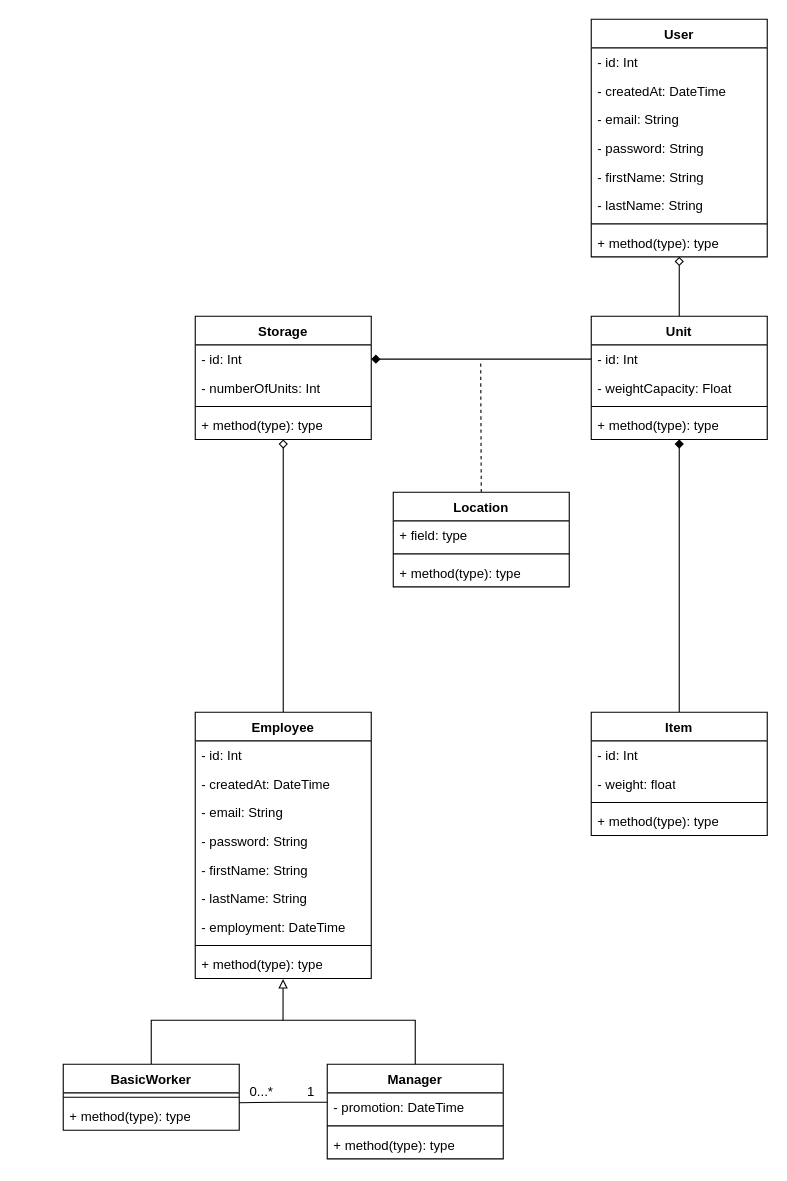
Earlier version of the draw.io diagram UML.drawio (DimeuWasTaken/SOA). Source tidied: cells renumbered, new cells numbered last; positions are measured from the earlier drawing's top-left corner, leaving out a move shared by most shapes. Both pictures are drawn from the tidied source at 110%, with x=0, y=0 at pixel (63, 19).
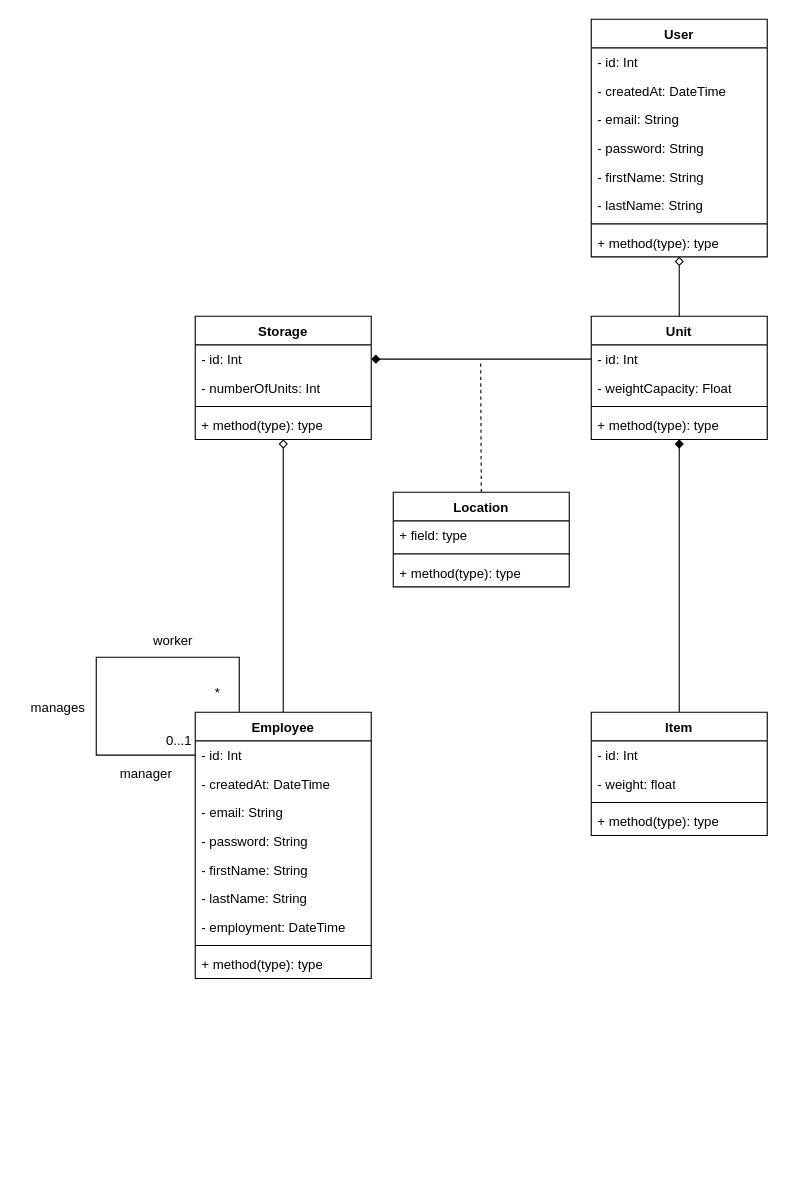
The same diagram, later.

Unchanged cells that the change refers to:
```xml
<mxCell id="34" value="Employee" style="swimlane;fontStyle=1;align=center;verticalAlign=top;horizontal=1;startSize=26;whiteSpace=wrap;html=1;" parent="1" vertex="1">
  <mxGeometry x="120" y="630" width="160" height="242" as="geometry" />
</mxCell>
<mxCell id="35" value="- id: Int" style="text;strokeColor=none;fillColor=none;align=left;verticalAlign=top;spacingLeft=4;spacingRight=4;overflow=hidden;points=[[0,0.5],[1,0.5]];portConstraint=eastwest;whiteSpace=wrap;html=1;" parent="34" vertex="1">
  <mxGeometry y="26" width="160" height="26" as="geometry" />
</mxCell>
<mxCell id="43" value="+ method(type): type" style="text;strokeColor=none;fillColor=none;align=left;verticalAlign=top;spacingLeft=4;spacingRight=4;overflow=hidden;points=[[0,0.5],[1,0.5]];portConstraint=eastwest;whiteSpace=wrap;html=1;" parent="34" vertex="1">
  <mxGeometry y="216" width="160" height="26" as="geometry" />
</mxCell>
```

The edit, as a diff of the source:
```diff
@@
+    <mxCell id="57" style="edgeStyle=orthogonalEdgeStyle;rounded=0;jettySize=auto;html=1;exitX=0;exitY=0.5;exitDx=0;exitDy=0;entryX=0.25;entryY=0;entryDx=0;entryDy=0;endArrow=none;endFill=0;" parent="34" edge="1" source="35" target="34">
+      <mxGeometry relative="1" as="geometry">
+        <Array as="points">
+          <mxPoint x="-90" y="39" />
+          <mxPoint x="-90" y="-50" />
+          <mxPoint x="40" y="-50" />
+        </Array>
+      </mxGeometry>
+    </mxCell>
@@
-    <mxCell id="44" style="edgeStyle=orthogonalEdgeStyle;rounded=0;jettySize=auto;html=1;exitX=0.5;exitY=0;exitDx=0;exitDy=0;endArrow=none;endFill=0;" parent="1" edge="1" source="45">
-      <mxGeometry relative="1" as="geometry">
-        <mxPoint x="200" y="910" as="targetPoint" />
-        <Array as="points">
-          <mxPoint x="80" y="910" />
-          <mxPoint x="200" y="910" />
-        </Array>
-      </mxGeometry>
-    </mxCell>
-    <mxCell id="45" value="BasicWorker" style="swimlane;fontStyle=1;align=center;verticalAlign=top;horizontal=1;startSize=26;whiteSpace=wrap;html=1;" parent="1" vertex="1">
-      <mxGeometry y="950" width="160" height="60" as="geometry" />
-    </mxCell>
-    <mxCell id="46" style="line;strokeWidth=1;fillColor=none;align=left;verticalAlign=middle;spacingTop=-1;spacingLeft=3;spacingRight=3;labelPosition=right;strokeColor=inherit;" parent="45" vertex="1">
-      <mxGeometry y="26" width="160" height="8" as="geometry" />
-    </mxCell>
-    <mxCell id="47" value="+ method(type): type" style="text;strokeColor=none;fillColor=none;align=left;verticalAlign=top;spacingLeft=4;spacingRight=4;overflow=hidden;whiteSpace=wrap;html=1;" parent="45" vertex="1">
-      <mxGeometry y="34" width="160" height="26" as="geometry" />
-    </mxCell>
-    <mxCell id="48" value="Manager" style="swimlane;fontStyle=1;align=center;verticalAlign=top;horizontal=1;startSize=26;whiteSpace=wrap;html=1;" parent="1" vertex="1">
-      <mxGeometry x="240" y="950" width="160" height="86" as="geometry" />
-    </mxCell>
-    <mxCell id="49" value="- promotion: DateTime" style="text;strokeColor=none;fillColor=none;align=left;verticalAlign=top;spacingLeft=4;spacingRight=4;overflow=hidden;whiteSpace=wrap;html=1;" parent="48" vertex="1">
-      <mxGeometry y="26" width="160" height="26" as="geometry" />
-    </mxCell>
-    <mxCell id="50" style="line;strokeWidth=1;fillColor=none;align=left;verticalAlign=middle;spacingTop=-1;spacingLeft=3;spacingRight=3;labelPosition=right;strokeColor=inherit;" parent="48" vertex="1">
-      <mxGeometry y="52" width="160" height="8" as="geometry" />
-    </mxCell>
-    <mxCell id="51" value="+ method(type): type" style="text;strokeColor=none;fillColor=none;align=left;verticalAlign=top;spacingLeft=4;spacingRight=4;overflow=hidden;whiteSpace=wrap;html=1;" parent="48" vertex="1">
-      <mxGeometry y="60" width="160" height="26" as="geometry" />
-    </mxCell>
-    <mxCell id="52" value="0...*" style="text;html=1;align=center;verticalAlign=middle;strokeColor=none;fillColor=none;" parent="1" vertex="1">
-      <mxGeometry x="160" y="960" width="40" height="30" as="geometry" />
-    </mxCell>
-    <mxCell id="53" value="1" style="text;html=1;align=center;verticalAlign=middle;strokeColor=none;fillColor=none;" parent="1" vertex="1">
-      <mxGeometry x="210" y="960" width="30" height="30" as="geometry" />
-    </mxCell>
-    <mxCell id="54" style="edgeStyle=orthogonalEdgeStyle;rounded=0;jettySize=auto;html=1;exitX=0.5;exitY=0;exitDx=0;exitDy=0;entryX=0.499;entryY=1.019;entryDx=0;entryDy=0;entryPerimeter=0;endArrow=block;endFill=0;" parent="1" edge="1" source="48" target="43">
-      <mxGeometry relative="1" as="geometry">
-        <Array as="points">
-          <mxPoint x="320" y="910" />
-          <mxPoint x="200" y="910" />
-        </Array>
-      </mxGeometry>
-    </mxCell>
-    <mxCell id="55" style="edgeStyle=orthogonalEdgeStyle;rounded=0;orthogonalLoop=1;jettySize=auto;html=1;exitX=0;exitY=0.5;exitDx=0;exitDy=0;endArrow=none;endFill=0;" parent="1" edge="1">
-      <mxGeometry relative="1" as="geometry">
-        <mxPoint x="240" y="984.5" as="sourcePoint" />
-        <mxPoint x="160" y="985" as="targetPoint" />
-        <Array as="points">
-          <mxPoint x="201" y="985" />
-          <mxPoint x="160" y="985" />
-        </Array>
-      </mxGeometry>
-    </mxCell>
@@
+    <mxCell id="58" value="worker" style="text;html=1;strokeColor=none;fillColor=none;align=center;verticalAlign=middle;whiteSpace=wrap;rounded=0;" parent="1" vertex="1">
+      <mxGeometry x="70" y="550" width="60" height="30" as="geometry" />
+    </mxCell>
+    <mxCell id="59" value="manager" style="text;html=1;align=center;verticalAlign=middle;strokeColor=none;fillColor=none;" parent="1" vertex="1">
+      <mxGeometry x="40" y="671" width="70" height="30" as="geometry" />
+    </mxCell>
+    <mxCell id="60" value="*" style="text;html=1;align=center;verticalAlign=middle;strokeColor=none;fillColor=none;" parent="1" vertex="1">
+      <mxGeometry x="125" y="598" width="30" height="30" as="geometry" />
+    </mxCell>
+    <mxCell id="61" value="0...1" style="text;html=1;align=center;verticalAlign=middle;strokeColor=none;fillColor=none;" parent="1" vertex="1">
+      <mxGeometry x="80" y="641" width="50" height="30" as="geometry" />
+    </mxCell>
+    <mxCell id="62" value="manages" style="text;html=1;align=center;verticalAlign=middle;strokeColor=none;fillColor=none;" parent="1" vertex="1">
+      <mxGeometry x="-40" y="611" width="70" height="30" as="geometry" />
+    </mxCell>
```
